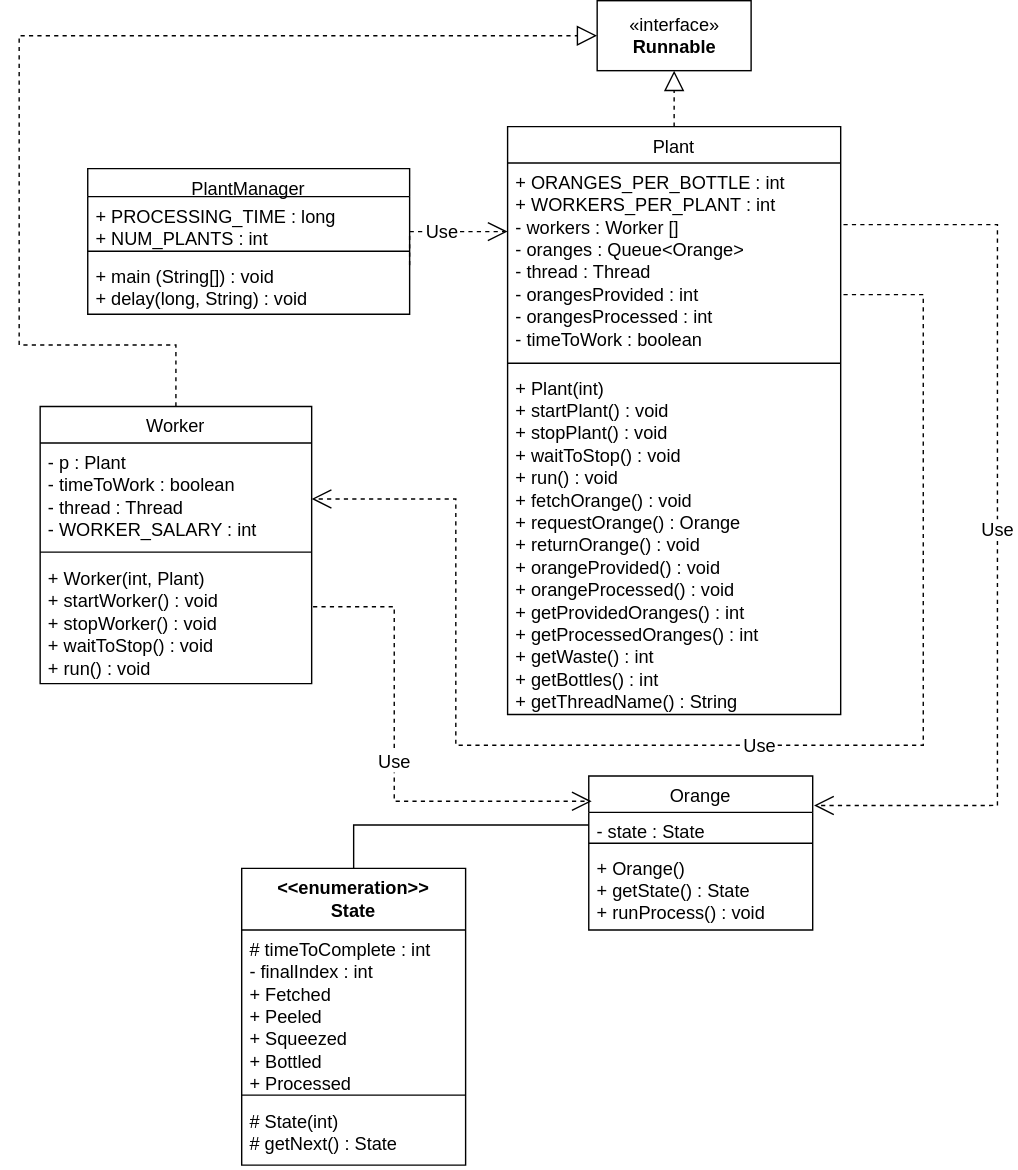
Before: Grosse_JuiceBottlerLab/UML_ClassDiagram.drawio.svg, a diagram exported from draw.io (jgrosse01/jgrosse-cs410). Source tidied: cells renumbered, new cells last; positions are measured from the earlier drawing's top-left corner, leaving out a move shared by most shapes.
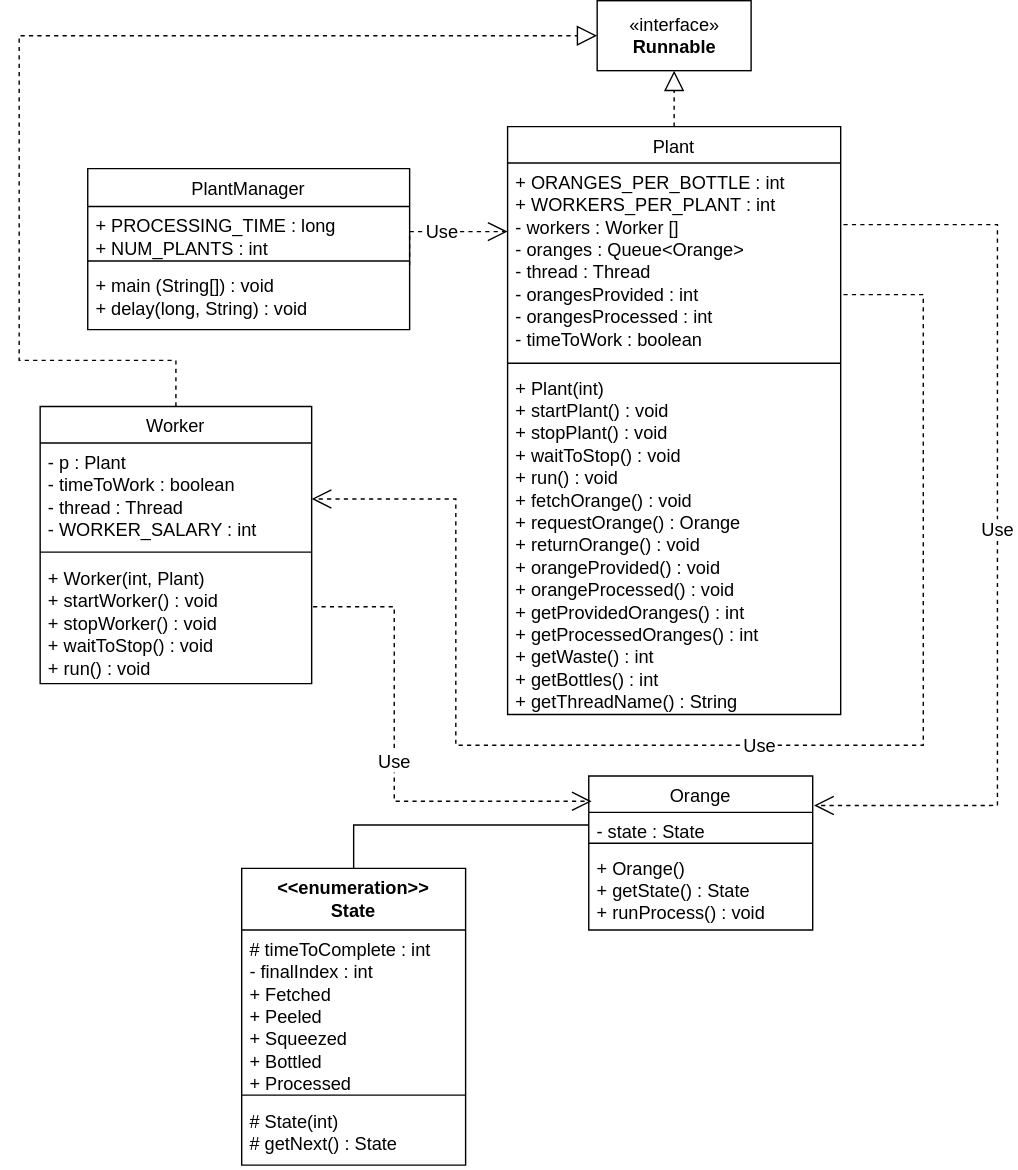
Later version of the same file.

Commit message:
Tweak PlantManager Spacing

Change to the diagram source:
```diff
@@ -2,17 +2,17 @@
   <root>
     <mxCell id="0" />
     <mxCell id="1" parent="0" />
-    <mxCell id="2" value="PlantManager" style="swimlane;fontStyle=0;align=center;verticalAlign=top;horizontal=1;startSize=20;rounded=0;shadow=0;strokeWidth=1;fontSize=13;" parent="1" vertex="1">
-      <mxGeometry x="49" y="120" width="230" height="104" as="geometry" />
+    <mxCell id="2" value="PlantManager" style="swimlane;fontStyle=0;align=center;verticalAlign=top;horizontal=1;startSize=27;rounded=0;shadow=0;strokeWidth=1;fontSize=13;" parent="1" vertex="1">
+      <mxGeometry x="49" y="120" width="230" height="115" as="geometry" />
     </mxCell>
     <mxCell id="3" value="+ PROCESSING_TIME : long&#10;+ NUM_PLANTS : int&#10;" style="text;align=left;verticalAlign=top;spacingLeft=4;spacingRight=4;overflow=hidden;fontSize=13;" parent="2" vertex="1">
-      <mxGeometry y="20" width="230" height="35" as="geometry" />
+      <mxGeometry y="27" width="230" height="35" as="geometry" />
     </mxCell>
     <mxCell id="4" style="line;html=1;strokeWidth=1;align=left;verticalAlign=middle;spacingTop=-1;spacingLeft=3;spacingRight=3;labelPosition=right;fontSize=13;" parent="2" vertex="1">
-      <mxGeometry y="55" width="230" height="8" as="geometry" />
+      <mxGeometry y="62" width="230" height="8" as="geometry" />
     </mxCell>
     <mxCell id="5" value="+ main (String[]) : void&#10;+ delay(long, String) : void&#10;" style="text;align=left;verticalAlign=top;spacingLeft=4;spacingRight=4;overflow=hidden;fontSize=13;" parent="2" vertex="1">
-      <mxGeometry y="63" width="230" height="36" as="geometry" />
+      <mxGeometry y="70" width="230" height="36" as="geometry" />
     </mxCell>
     <mxCell id="6" value="Orange" style="swimlane;fontStyle=0;align=center;verticalAlign=top;horizontal=1;startSize=26;rounded=0;shadow=0;strokeWidth=1;fontSize=13;" parent="1" vertex="1">
       <mxGeometry x="407" y="554" width="160" height="110" as="geometry" />
@@ -104,8 +104,8 @@
     <mxCell id="25" style="endArrow=block;dashed=1;endFill=0;endSize=12;html=1;rounded=0;edgeStyle=orthogonalEdgeStyle;exitX=0.5;exitY=0;exitDx=0;exitDy=0;fontSize=13;entryX=0;entryY=0.5;entryDx=0;entryDy=0;" parent="1" edge="1" source="10" target="23">
       <mxGeometry relative="1" as="geometry">
         <Array as="points">
-          <mxPoint x="112" y="246" />
-          <mxPoint y="246" />
+          <mxPoint x="112" y="257" />
+          <mxPoint y="257" />
           <mxPoint y="25" />
         </Array>
       </mxGeometry>
```
